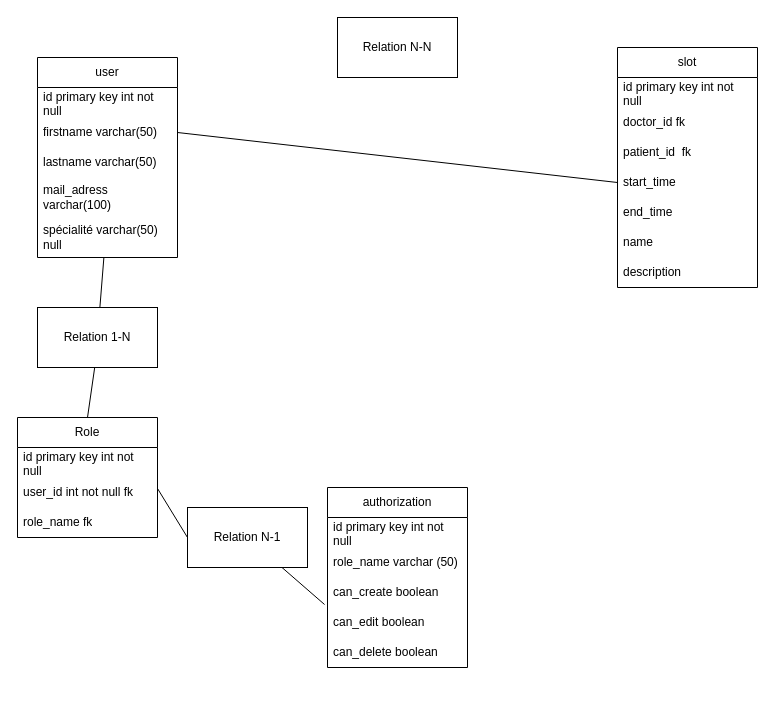
This is Diagramme sans nom.drawio from mathiasSuchail/diagram, a draw.io file, before an edit. Source tidied: cells renumbered, new cells numbered last; positions are measured from the earlier drawing's top-left corner, leaving out a move shared by most shapes. Both pictures are drawn from the tidied source at 100%, with x=0, y=0 at pixel (17, 17).
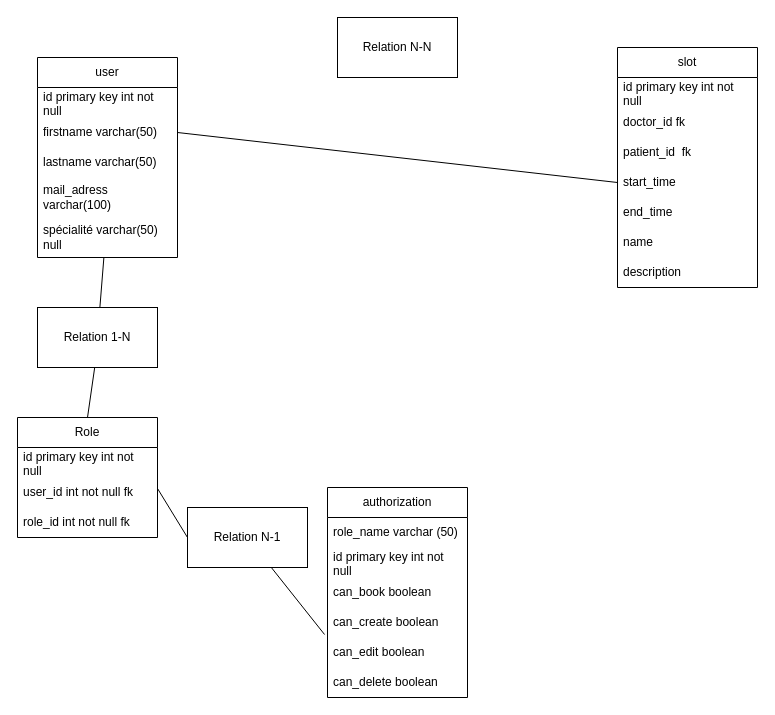
The same page after the edit.

Commit message:
Mettre à jour Diagramme sans nom.drawio

Unchanged cells that the change refers to:
```xml
<mxCell id="24" value="Role" style="swimlane;fontStyle=0;horizontal=1;startSize=30;whiteSpace=wrap;html=1;" parent="1" vertex="1">
  <mxGeometry y="400" width="140" height="120" as="geometry" />
</mxCell>
```

What changed in the source:
```diff
@@
     <mxCell id="16" value="authorization" style="swimlane;fontStyle=0;horizontal=1;startSize=30;whiteSpace=wrap;html=1;" parent="1" vertex="1">
-      <mxGeometry x="310" y="470" width="140" height="180" as="geometry" />
+      <mxGeometry x="310" y="470" width="140" height="210" as="geometry" />
     </mxCell>
+    <mxCell id="18" value="role_name varchar (50)" style="text;strokeColor=none;fillColor=none;align=left;verticalAlign=middle;spacingLeft=4;spacingRight=4;overflow=hidden;whiteSpace=wrap;html=1;" parent="16" vertex="1">
+      <mxGeometry y="30" width="140" height="30" as="geometry" />
+    </mxCell>
     <mxCell id="17" value="id primary key int not null" style="text;strokeColor=none;fillColor=none;align=left;verticalAlign=middle;spacingLeft=4;spacingRight=4;overflow=hidden;whiteSpace=wrap;html=1;" parent="16" vertex="1">
-      <mxGeometry y="30" width="140" height="30" as="geometry" />
+      <mxGeometry y="60" width="140" height="30" as="geometry" />
     </mxCell>
-    <mxCell id="18" value="role_name varchar (50)" style="text;strokeColor=none;fillColor=none;align=left;verticalAlign=middle;spacingLeft=4;spacingRight=4;overflow=hidden;whiteSpace=wrap;html=1;" parent="16" vertex="1">
-      <mxGeometry y="60" width="140" height="30" as="geometry" />
-    </mxCell>
+    <mxCell id="34" value="&lt;div&gt;can_book boolean&lt;br&gt;&lt;/div&gt;" style="text;strokeColor=none;fillColor=none;align=left;verticalAlign=middle;spacingLeft=4;spacingRight=4;overflow=hidden;whiteSpace=wrap;html=1;" parent="16" vertex="1">
+      <mxGeometry y="90" width="140" height="30" as="geometry" />
+    </mxCell>
     <mxCell id="19" value="can_create boolean" style="text;strokeColor=none;fillColor=none;align=left;verticalAlign=middle;spacingLeft=4;spacingRight=4;overflow=hidden;whiteSpace=wrap;html=1;" parent="16" vertex="1">
-      <mxGeometry y="90" width="140" height="30" as="geometry" />
+      <mxGeometry y="120" width="140" height="30" as="geometry" />
     </mxCell>
     <mxCell id="20" value="can_edit boolean" style="text;strokeColor=none;fillColor=none;align=left;verticalAlign=middle;spacingLeft=4;spacingRight=4;overflow=hidden;points=[[0,0.5],[1,0.5]];portConstraint=eastwest;whiteSpace=wrap;html=1;" parent="16" vertex="1">
-      <mxGeometry y="120" width="140" height="30" as="geometry" />
+      <mxGeometry y="150" width="140" height="30" as="geometry" />
     </mxCell>
     <mxCell id="21" value="can_delete boolean" style="text;strokeColor=none;fillColor=none;align=left;verticalAlign=middle;spacingLeft=4;spacingRight=4;overflow=hidden;whiteSpace=wrap;html=1;" parent="16" vertex="1">
-      <mxGeometry y="150" width="140" height="30" as="geometry" />
+      <mxGeometry y="180" width="140" height="30" as="geometry" />
     </mxCell>
@@
-    <mxCell id="27" value="role_name fk" style="text;strokeColor=none;fillColor=none;align=left;verticalAlign=middle;spacingLeft=4;spacingRight=4;overflow=hidden;whiteSpace=wrap;html=1;" parent="24" vertex="1">
+    <mxCell id="27" value="role_id int not null fk" style="text;strokeColor=none;fillColor=none;align=left;verticalAlign=middle;spacingLeft=4;spacingRight=4;overflow=hidden;whiteSpace=wrap;html=1;" parent="24" vertex="1">
       <mxGeometry y="90" width="140" height="30" as="geometry" />
     </mxCell>
```
